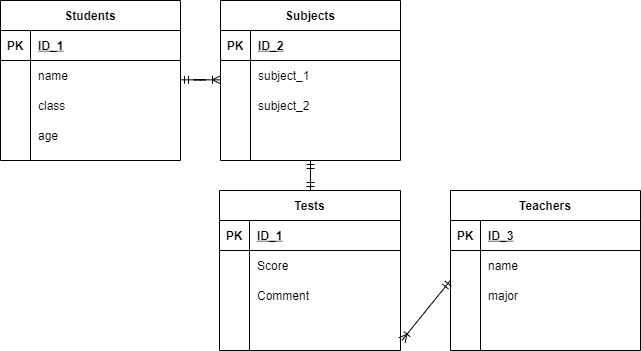
This is .drawio.png from mioirie/20220103omi, a draw.io export, as it was before one commit. Source tidied: cells renumbered, new cells last; positions are measured from the earlier drawing's top-left corner, leaving out a move shared by most shapes.
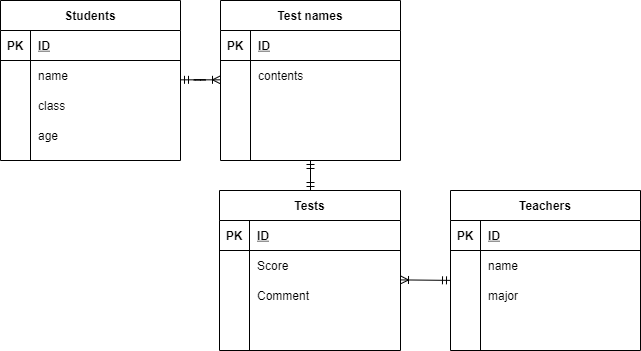
Later version of the same file.

Commit message:
Fixed PK,columns,Subjects

What changed in the source:
```diff
@@ -11,7 +11,7 @@
     <mxCell id="4" value="PK" style="shape=partialRectangle;fillColor=none;top=0;left=0;bottom=0;right=0;fontStyle=1;overflow=hidden;" parent="3" vertex="1">
       <mxGeometry width="30" height="30" as="geometry" />
     </mxCell>
-    <mxCell id="5" value="ID_1" style="shape=partialRectangle;fillColor=none;top=0;left=0;bottom=0;right=0;align=left;spacingLeft=6;fontStyle=5;overflow=hidden;" parent="3" vertex="1">
+    <mxCell id="5" value="ID" style="shape=partialRectangle;fillColor=none;top=0;left=0;bottom=0;right=0;align=left;spacingLeft=6;fontStyle=5;overflow=hidden;" parent="3" vertex="1">
       <mxGeometry x="30" width="150" height="30" as="geometry" />
     </mxCell>
     <mxCell id="6" style="shape=partialRectangle;fillColor=none;top=0;left=0;bottom=0;right=0;" parent="2" vertex="1">
@@ -50,7 +50,7 @@
     <mxCell id="17" value="PK" style="shape=partialRectangle;fillColor=none;top=0;left=0;bottom=0;right=0;fontStyle=1;overflow=hidden;" parent="16" vertex="1">
       <mxGeometry width="30" height="30" as="geometry" />
     </mxCell>
-    <mxCell id="18" value="ID_3" style="shape=partialRectangle;fillColor=none;top=0;left=0;bottom=0;right=0;align=left;spacingLeft=6;fontStyle=5;overflow=hidden;" parent="16" vertex="1">
+    <mxCell id="18" value="ID" style="shape=partialRectangle;fillColor=none;top=0;left=0;bottom=0;right=0;align=left;spacingLeft=6;fontStyle=5;overflow=hidden;" parent="16" vertex="1">
       <mxGeometry x="30" width="160" height="30" as="geometry" />
     </mxCell>
     <mxCell id="19" style="shape=partialRectangle;fillColor=none;top=0;left=0;bottom=0;right=0;" parent="15" vertex="1">
@@ -86,10 +86,10 @@
         <mxPoint x="220" y="79.3" as="targetPoint" />
       </mxGeometry>
     </mxCell>
-    <mxCell id="29" style="fontSize=12;html=1;endArrow=ERoneToMany;startArrow=ERmandOne;exitX=0;exitY=-0.004;exitDx=0;exitDy=0;exitPerimeter=0;entryX=1.008;entryY=0.996;entryDx=0;entryDy=0;entryPerimeter=0;" parent="1" edge="1" source="22" target="53">
+    <mxCell id="29" style="fontSize=12;html=1;endArrow=ERoneToMany;startArrow=ERmandOne;exitX=0;exitY=-0.004;exitDx=0;exitDy=0;exitPerimeter=0;entryX=1;entryY=-0.02;entryDx=0;entryDy=0;entryPerimeter=0;" parent="1" edge="1" source="22" target="50">
       <mxGeometry relative="1" as="geometry" />
     </mxCell>
-    <mxCell id="30" value="Subjects" style="shape=table;startSize=30;rowLines=0;fontStyle=1;align=center;" parent="1" vertex="1">
+    <mxCell id="30" value="Test names" style="shape=table;startSize=30;rowLines=0;fontStyle=1;align=center;" parent="1" vertex="1">
       <mxGeometry x="220" width="180" height="160" as="geometry" />
     </mxCell>
     <mxCell id="31" style="shape=partialRectangle;fillColor=none;top=0;left=0;bottom=1;right=0;" parent="30" vertex="1">
@@ -98,7 +98,7 @@
     <mxCell id="32" value="PK" style="shape=partialRectangle;fillColor=none;top=0;left=0;bottom=0;right=0;fontStyle=1;overflow=hidden;" parent="31" vertex="1">
       <mxGeometry width="30" height="30" as="geometry" />
     </mxCell>
-    <mxCell id="33" value="ID_2" style="shape=partialRectangle;fillColor=none;top=0;left=0;bottom=0;right=0;align=left;spacingLeft=6;fontStyle=5;overflow=hidden;" parent="31" vertex="1">
+    <mxCell id="33" value="ID" style="shape=partialRectangle;fillColor=none;top=0;left=0;bottom=0;right=0;align=left;spacingLeft=6;fontStyle=5;overflow=hidden;" parent="31" vertex="1">
       <mxGeometry x="30" width="150" height="30" as="geometry" />
     </mxCell>
     <mxCell id="34" style="shape=partialRectangle;fillColor=none;top=0;left=0;bottom=0;right=0;" parent="30" vertex="1">
@@ -107,7 +107,7 @@
     <mxCell id="35" style="shape=partialRectangle;fillColor=none;top=0;left=0;bottom=0;right=0;overflow=hidden;" parent="34" vertex="1">
       <mxGeometry width="30" height="30" as="geometry" />
     </mxCell>
-    <mxCell id="36" value="subject_1" style="shape=partialRectangle;fillColor=none;top=0;left=0;bottom=0;right=0;align=left;spacingLeft=6;overflow=hidden;" parent="34" vertex="1">
+    <mxCell id="36" value="contents" style="shape=partialRectangle;fillColor=none;top=0;left=0;bottom=0;right=0;align=left;spacingLeft=6;overflow=hidden;" parent="34" vertex="1">
       <mxGeometry x="30" width="150" height="30" as="geometry" />
     </mxCell>
     <mxCell id="37" style="shape=partialRectangle;fillColor=none;top=0;left=0;bottom=0;right=0;" parent="30" vertex="1">
@@ -116,7 +116,7 @@
     <mxCell id="38" style="shape=partialRectangle;fillColor=none;top=0;left=0;bottom=0;right=0;overflow=hidden;" parent="37" vertex="1">
       <mxGeometry width="30" height="30" as="geometry" />
     </mxCell>
-    <mxCell id="39" value="subject_2" style="shape=partialRectangle;fillColor=none;top=0;left=0;bottom=0;right=0;align=left;spacingLeft=6;overflow=hidden;" parent="37" vertex="1">
+    <mxCell id="39" style="shape=partialRectangle;fillColor=none;top=0;left=0;bottom=0;right=0;align=left;spacingLeft=6;overflow=hidden;" parent="37" vertex="1">
       <mxGeometry x="30" width="150" height="30" as="geometry" />
     </mxCell>
     <mxCell id="40" style="shape=partialRectangle;fillColor=none;top=0;left=0;bottom=0;right=0;" parent="30" vertex="1">
@@ -137,7 +137,7 @@
     <mxCell id="45" value="PK" style="shape=partialRectangle;fillColor=none;top=0;left=0;bottom=0;right=0;fontStyle=1;overflow=hidden;" parent="44" vertex="1">
       <mxGeometry width="30" height="30" as="geometry" />
     </mxCell>
-    <mxCell id="46" value="ID_1" style="shape=partialRectangle;fillColor=none;top=0;left=0;bottom=0;right=0;align=left;spacingLeft=6;fontStyle=5;overflow=hidden;" parent="44" vertex="1">
+    <mxCell id="46" value="ID" style="shape=partialRectangle;fillColor=none;top=0;left=0;bottom=0;right=0;align=left;spacingLeft=6;fontStyle=5;overflow=hidden;" parent="44" vertex="1">
       <mxGeometry x="30" width="151" height="30" as="geometry" />
     </mxCell>
     <mxCell id="47" style="shape=partialRectangle;fillColor=none;top=0;left=0;bottom=0;right=0;" parent="43" vertex="1">
```
